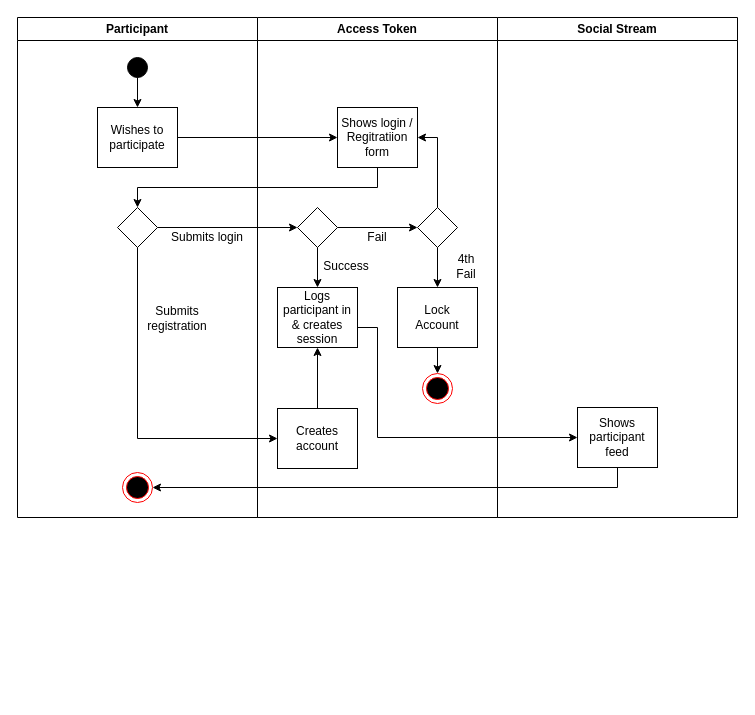
Before: docs/src/registration & login.drawio in AfrikaBurn/TMI, a draw.io diagram. Source tidied: cells renumbered, new cells numbered last; positions are measured from the earlier drawing's top-left corner, leaving out a move shared by most shapes. Both pictures are drawn from the tidied source at 100%, with x=0, y=0 at pixel (17, 17).
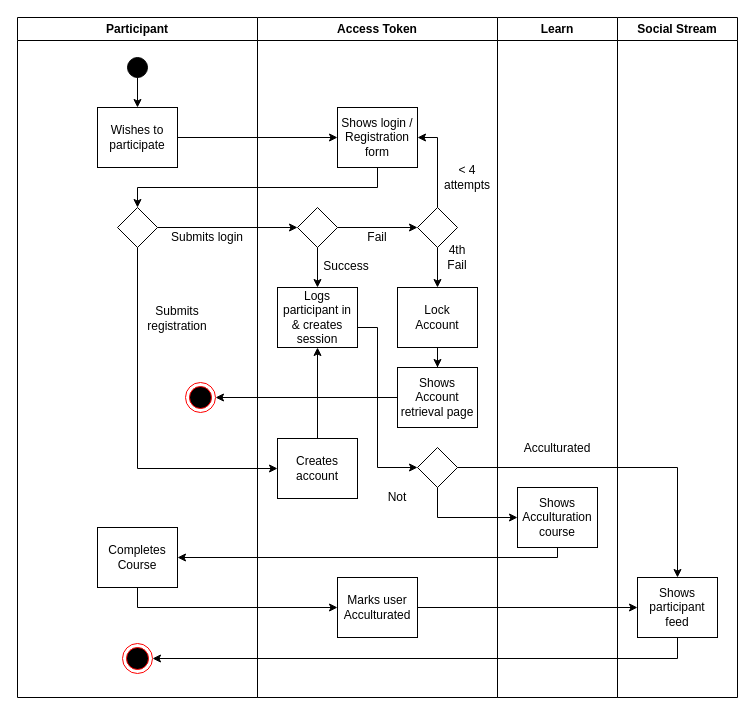
Above is the later version.

Unchanged cells that the change refers to:
```xml
<mxCell id="16" value="Lock&lt;br&gt;Account" style="rounded=0;whiteSpace=wrap;html=1;fontFamily=Helvetica;fontSize=12;fontColor=#000000;align=center;" parent="13" vertex="1">
  <mxGeometry x="140" y="270" width="80" height="60" as="geometry" />
</mxCell>
```

What changed in the source:
```diff
@@
     <mxCell id="2" value="Participant" style="swimlane;whiteSpace=wrap;" parent="1" vertex="1">
-      <mxGeometry width="240" height="500" as="geometry" />
+      <mxGeometry width="240" height="680" as="geometry" />
     </mxCell>
@@
-    <mxCell id="12" style="ellipse;html=1;shape=endState;fillColor=#000000;strokeColor=#ff0000;" parent="2" vertex="1">
-      <mxGeometry x="105" y="455" width="30" height="30" as="geometry" />
-    </mxCell>
+    <mxCell id="18" style="ellipse;html=1;shape=endState;fillColor=#000000;strokeColor=#ff0000;" parent="2" vertex="1">
+      <mxGeometry x="168" y="365" width="30" height="30" as="geometry" />
+    </mxCell>
+    <mxCell id="35" value="Completes Course" style="rounded=0;whiteSpace=wrap;html=1;fontFamily=Helvetica;fontSize=12;fontColor=#000000;align=center;" parent="2" vertex="1">
+      <mxGeometry x="80" y="510" width="80" height="60" as="geometry" />
+    </mxCell>
     <mxCell id="13" value="Access Token" style="swimlane;whiteSpace=wrap;startSize=23;" parent="1" vertex="1">
-      <mxGeometry x="240" width="240" height="500" as="geometry" />
+      <mxGeometry x="240" width="240" height="680" as="geometry" />
     </mxCell>
-    <mxCell id="14" value="Shows login / Regitratiion&lt;br&gt;form" style="rounded=0;whiteSpace=wrap;html=1;fontFamily=Helvetica;fontSize=12;fontColor=#000000;align=center;" parent="13" vertex="1">
+    <mxCell id="14" value="Shows login / Registration&lt;br&gt;form" style="rounded=0;whiteSpace=wrap;html=1;fontFamily=Helvetica;fontSize=12;fontColor=#000000;align=center;" parent="13" vertex="1">
       <mxGeometry x="80" y="90" width="80" height="60" as="geometry" />
     </mxCell>
@@
-    <mxCell id="17" style="edgeStyle=orthogonalEdgeStyle;rounded=0;jettySize=auto;html=1;" parent="13" edge="1" source="16" target="18">
-      <mxGeometry relative="1" as="geometry" />
-    </mxCell>
-    <mxCell id="18" style="ellipse;html=1;shape=endState;fillColor=#000000;strokeColor=#ff0000;" parent="13" vertex="1">
-      <mxGeometry x="165" y="356" width="30" height="30" as="geometry" />
-    </mxCell>
@@
     <mxCell id="21" value="Creates account" style="rounded=0;whiteSpace=wrap;html=1;fontFamily=Helvetica;fontSize=12;fontColor=#000000;align=center;" parent="13" vertex="1">
-      <mxGeometry x="20" y="391" width="80" height="60" as="geometry" />
+      <mxGeometry x="20" y="421" width="80" height="60" as="geometry" />
     </mxCell>
+    <mxCell id="26" value="4th&lt;br&gt;Fail" style="text;html=1;strokeColor=none;fillColor=none;align=center;verticalAlign=middle;whiteSpace=wrap;rounded=0;" parent="13" vertex="1">
+      <mxGeometry x="180" y="230" width="40" height="20" as="geometry" />
+    </mxCell>
+    <mxCell id="36" value="&amp;lt; 4&lt;br&gt;attempts" style="text;html=1;strokeColor=none;fillColor=none;align=center;verticalAlign=middle;whiteSpace=wrap;rounded=0;" parent="13" vertex="1">
+      <mxGeometry x="190" y="150" width="40" height="20" as="geometry" />
+    </mxCell>
+    <mxCell id="37" value="Shows&lt;br&gt;Account retrieval page" style="rounded=0;whiteSpace=wrap;html=1;fontFamily=Helvetica;fontSize=12;fontColor=#000000;align=center;" parent="13" vertex="1">
+      <mxGeometry x="140" y="350" width="80" height="60" as="geometry" />
+    </mxCell>
+    <mxCell id="17" style="edgeStyle=orthogonalEdgeStyle;rounded=0;jettySize=auto;html=1;entryX=0.5;entryY=0;entryDx=0;entryDy=0;" parent="13" edge="1" source="16" target="37">
+      <mxGeometry relative="1" as="geometry" />
+    </mxCell>
+    <mxCell id="38" style="rhombus;whiteSpace=wrap;html=1;fontFamily=Helvetica;fontSize=12;fontColor=#000000;align=center;" parent="13" vertex="1">
+      <mxGeometry x="160" y="430" width="40" height="40" as="geometry" />
+    </mxCell>
+    <mxCell id="39" value="Not" style="text;html=1;strokeColor=none;fillColor=none;align=center;verticalAlign=middle;whiteSpace=wrap;rounded=0;" parent="13" vertex="1">
+      <mxGeometry x="120" y="470" width="40" height="20" as="geometry" />
+    </mxCell>
+    <mxCell id="40" value="Marks user Acculturated" style="rounded=0;whiteSpace=wrap;html=1;fontFamily=Helvetica;fontSize=12;fontColor=#000000;align=center;" parent="13" vertex="1">
+      <mxGeometry x="80" y="560" width="80" height="60" as="geometry" />
+    </mxCell>
-    <mxCell id="22" value="Social Stream" style="swimlane;whiteSpace=wrap;startSize=23;" parent="1" vertex="1">
-      <mxGeometry x="480" width="240" height="500" as="geometry" />
+    <mxCell id="22" value="Learn" style="swimlane;whiteSpace=wrap;startSize=23;" parent="1" vertex="1">
+      <mxGeometry x="480" width="120" height="680" as="geometry" />
     </mxCell>
-    <mxCell id="23" value="Shows participant feed" style="rounded=0;whiteSpace=wrap;html=1;fontFamily=Helvetica;fontSize=12;fontColor=#000000;align=center;" parent="22" vertex="1">
-      <mxGeometry x="80" y="390" width="80" height="60" as="geometry" />
-    </mxCell>
+    <mxCell id="41" value="Acculturated" style="text;html=1;strokeColor=none;fillColor=none;align=center;verticalAlign=middle;whiteSpace=wrap;rounded=0;" parent="22" vertex="1">
+      <mxGeometry x="40" y="421" width="40" height="20" as="geometry" />
+    </mxCell>
+    <mxCell id="42" value="Shows Acculturation course" style="rounded=0;whiteSpace=wrap;html=1;fontFamily=Helvetica;fontSize=12;fontColor=#000000;align=center;" parent="22" vertex="1">
+      <mxGeometry x="20" y="470" width="80" height="60" as="geometry" />
+    </mxCell>
@@
-    <mxCell id="26" value="4th&lt;br&gt;Fail" style="text;html=1;strokeColor=none;fillColor=none;align=center;verticalAlign=middle;whiteSpace=wrap;rounded=0;" parent="1" vertex="1">
-      <mxGeometry x="429" y="239" width="40" height="20" as="geometry" />
-    </mxCell>
@@
-    <mxCell id="30" style="edgeStyle=orthogonalEdgeStyle;rounded=0;jettySize=auto;html=1;entryX=0;entryY=0.5;entryDx=0;entryDy=0;exitX=1;exitY=0.5;exitDx=0;exitDy=0;" parent="1" edge="1" target="23">
+    <mxCell id="30" style="edgeStyle=orthogonalEdgeStyle;rounded=0;jettySize=auto;html=1;entryX=0;entryY=0.5;entryDx=0;entryDy=0;exitX=1;exitY=0.5;exitDx=0;exitDy=0;" parent="1" edge="1" target="38">
       <mxGeometry relative="1" as="geometry">
         <mxPoint x="340" y="310" as="sourcePoint" />
         <Array as="points">
           <mxPoint x="360" y="310" />
-          <mxPoint x="360" y="420" />
+          <mxPoint x="360" y="450" />
         </Array>
       </mxGeometry>
     </mxCell>
@@
     <mxCell id="34" style="edgeStyle=orthogonalEdgeStyle;rounded=0;jettySize=auto;html=1;exitX=0.5;exitY=1;exitDx=0;exitDy=0;entryX=1;entryY=0.5;entryDx=0;entryDy=0;" parent="1" edge="1" source="23" target="12">
-      <mxGeometry relative="1" as="geometry" />
+      <mxGeometry relative="1" as="geometry">
+        <Array as="points">
+          <mxPoint x="660" y="641" />
+        </Array>
+      </mxGeometry>
     </mxCell>
+    <mxCell id="43" style="edgeStyle=orthogonalEdgeStyle;rounded=0;jettySize=auto;html=1;entryX=1;entryY=0.5;entryDx=0;entryDy=0;" parent="1" edge="1" source="37" target="18">
+      <mxGeometry relative="1" as="geometry" />
+    </mxCell>
+    <mxCell id="44" value="Social Stream" style="swimlane;whiteSpace=wrap;startSize=23;" parent="1" vertex="1">
+      <mxGeometry x="600" width="120" height="680" as="geometry" />
+    </mxCell>
+    <mxCell id="23" value="Shows participant feed" style="rounded=0;whiteSpace=wrap;html=1;fontFamily=Helvetica;fontSize=12;fontColor=#000000;align=center;" parent="44" vertex="1">
+      <mxGeometry x="20" y="560" width="80" height="60" as="geometry" />
+    </mxCell>
+    <mxCell id="45" style="edgeStyle=orthogonalEdgeStyle;rounded=0;jettySize=auto;html=1;" parent="1" edge="1" source="38" target="23">
+      <mxGeometry relative="1" as="geometry" />
+    </mxCell>
+    <mxCell id="46" style="edgeStyle=orthogonalEdgeStyle;rounded=0;jettySize=auto;html=1;entryX=0;entryY=0.5;entryDx=0;entryDy=0;" parent="1" edge="1" source="38" target="42">
+      <mxGeometry relative="1" as="geometry">
+        <Array as="points">
+          <mxPoint x="420" y="500" />
+        </Array>
+      </mxGeometry>
+    </mxCell>
+    <mxCell id="12" style="ellipse;html=1;shape=endState;fillColor=#000000;strokeColor=#ff0000;" parent="1" vertex="1">
+      <mxGeometry x="105" y="626" width="30" height="30" as="geometry" />
+    </mxCell>
+    <mxCell id="47" style="edgeStyle=orthogonalEdgeStyle;rounded=0;jettySize=auto;html=1;entryX=1;entryY=0.5;entryDx=0;entryDy=0;" parent="1" edge="1" source="42" target="35">
+      <mxGeometry relative="1" as="geometry">
+        <Array as="points">
+          <mxPoint x="540" y="540" />
+        </Array>
+      </mxGeometry>
+    </mxCell>
+    <mxCell id="48" style="edgeStyle=orthogonalEdgeStyle;rounded=0;jettySize=auto;html=1;" parent="1" edge="1" source="35" target="40">
+      <mxGeometry relative="1" as="geometry">
+        <Array as="points">
+          <mxPoint x="120" y="530" />
+        </Array>
+      </mxGeometry>
+    </mxCell>
+    <mxCell id="49" style="edgeStyle=orthogonalEdgeStyle;rounded=0;jettySize=auto;html=1;" parent="1" edge="1" source="40" target="23">
+      <mxGeometry relative="1" as="geometry" />
+    </mxCell>
```
